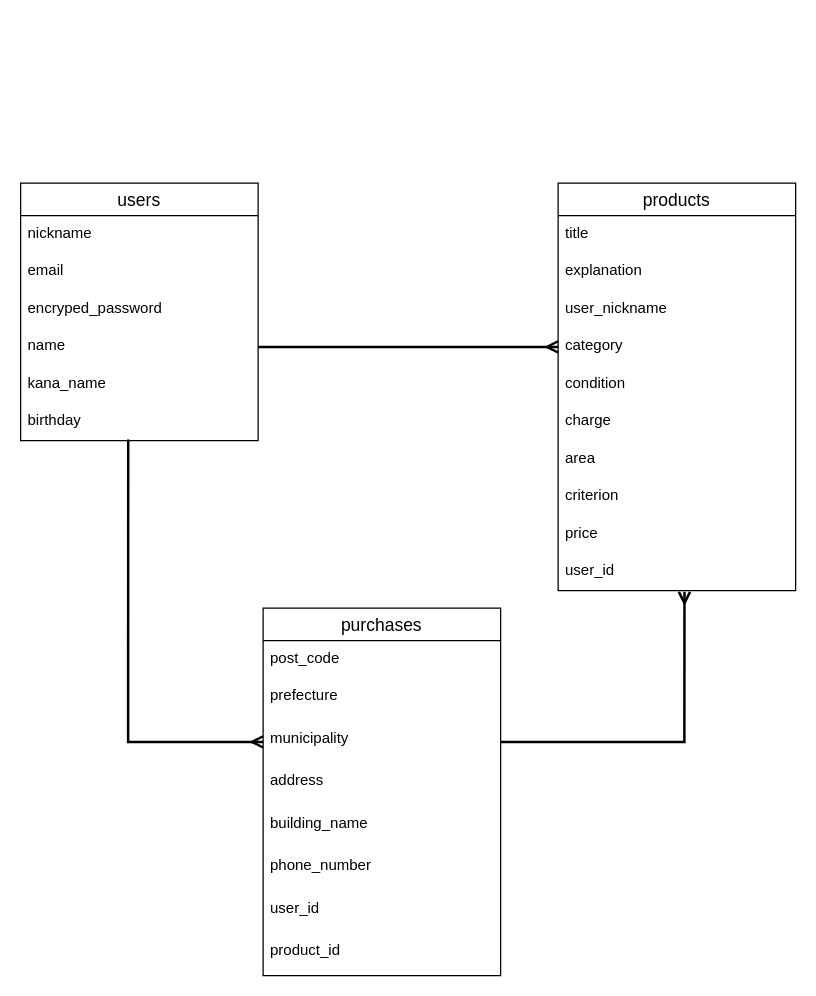
siranuino/furima-38106 keeps this draw.io diagram as ER.dio. Above is the earlier version. Source tidied: cells renumbered, new cells numbered last; positions are measured from the earlier drawing's top-left corner, leaving out a move shared by most shapes. Both pictures are drawn from the tidied source at 125%, with x=0, y=0 at pixel (20, 182).
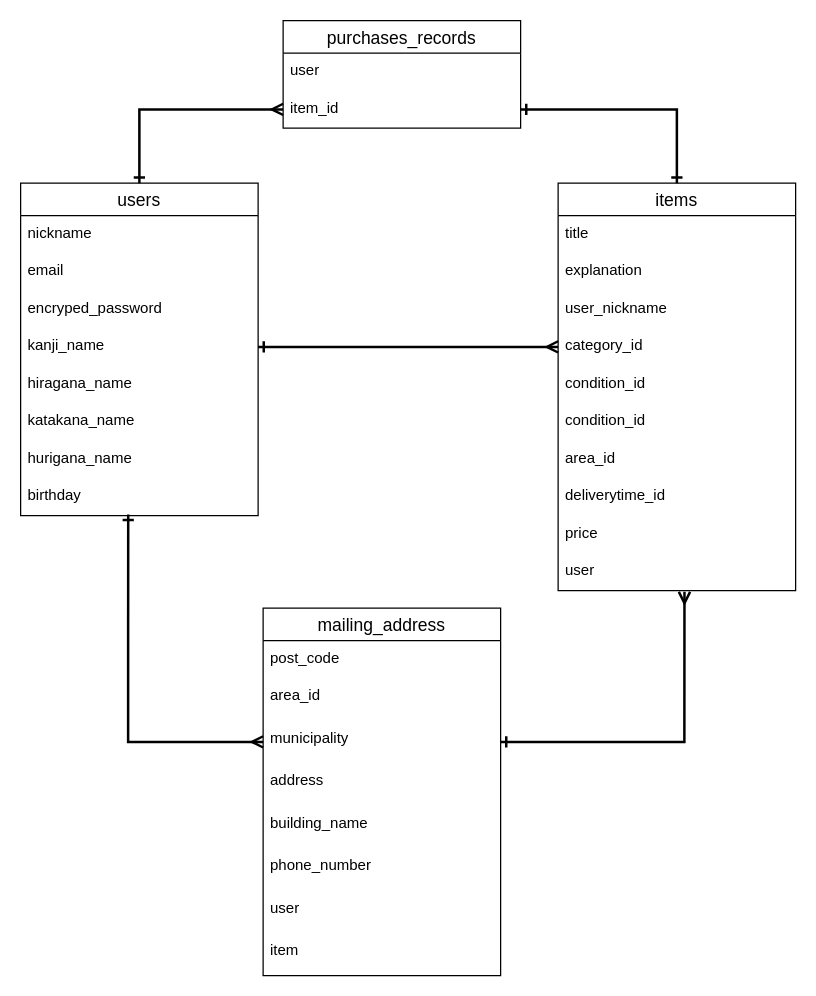
The same diagram, later.

Unchanged cells that the change refers to:
```xml
<mxCell id="16" value="municipality" style="text;strokeColor=none;fillColor=none;spacingLeft=4;spacingRight=4;overflow=hidden;points=[[0,0.5],[1,0.5]];portConstraint=eastwest;fontSize=12;" parent="13" vertex="1">
  <mxGeometry y="90" width="190" height="34" as="geometry" />
</mxCell>
```

Diff of the diagram source:
```diff
@@
-    <mxCell id="2" value="products" style="swimlane;fontStyle=0;horizontal=1;startSize=26;align=center;fontSize=14;" parent="1" vertex="1">
+    <mxCell id="2" value="items" style="swimlane;fontStyle=0;horizontal=1;startSize=26;align=center;fontSize=14;" parent="1" vertex="1">
       <mxGeometry x="430" width="190" height="326" as="geometry" />
     </mxCell>
@@
-    <mxCell id="6" value="category" style="text;strokeColor=none;fillColor=none;spacingLeft=4;spacingRight=4;overflow=hidden;points=[[0,0.5],[1,0.5]];portConstraint=eastwest;fontSize=12;" parent="2" vertex="1">
+    <mxCell id="6" value="category_id" style="text;strokeColor=none;fillColor=none;spacingLeft=4;spacingRight=4;overflow=hidden;points=[[0,0.5],[1,0.5]];portConstraint=eastwest;fontSize=12;" parent="2" vertex="1">
       <mxGeometry y="116" width="190" height="30" as="geometry" />
     </mxCell>
-    <mxCell id="7" value="condition" style="text;strokeColor=none;fillColor=none;spacingLeft=4;spacingRight=4;overflow=hidden;fontSize=12;" parent="2" vertex="1">
+    <mxCell id="7" value="condition_id" style="text;strokeColor=none;fillColor=none;spacingLeft=4;spacingRight=4;overflow=hidden;fontSize=12;" parent="2" vertex="1">
       <mxGeometry y="146" width="190" height="30" as="geometry" />
     </mxCell>
-    <mxCell id="8" value="charge" style="text;strokeColor=none;fillColor=none;spacingLeft=4;spacingRight=4;overflow=hidden;fontSize=12;" parent="2" vertex="1">
+    <mxCell id="8" value="condition_id" style="text;strokeColor=none;fillColor=none;spacingLeft=4;spacingRight=4;overflow=hidden;fontSize=12;" parent="2" vertex="1">
       <mxGeometry y="176" width="190" height="30" as="geometry" />
     </mxCell>
-    <mxCell id="9" value="area" style="text;strokeColor=none;fillColor=none;spacingLeft=4;spacingRight=4;overflow=hidden;fontSize=12;" parent="2" vertex="1">
+    <mxCell id="9" value="area_id" style="text;strokeColor=none;fillColor=none;spacingLeft=4;spacingRight=4;overflow=hidden;fontSize=12;" parent="2" vertex="1">
       <mxGeometry y="206" width="190" height="30" as="geometry" />
     </mxCell>
-    <mxCell id="10" value="criterion" style="text;strokeColor=none;fillColor=none;spacingLeft=4;spacingRight=4;overflow=hidden;fontSize=12;" parent="2" vertex="1">
+    <mxCell id="10" value="deliverytime_id" style="text;strokeColor=none;fillColor=none;spacingLeft=4;spacingRight=4;overflow=hidden;fontSize=12;" parent="2" vertex="1">
       <mxGeometry y="236" width="190" height="30" as="geometry" />
     </mxCell>
@@
-    <mxCell id="12" value="user_id" style="text;strokeColor=none;fillColor=none;spacingLeft=4;spacingRight=4;overflow=hidden;points=[[0,0.5],[1,0.5]];portConstraint=eastwest;fontSize=12;" parent="2" vertex="1">
+    <mxCell id="12" value="user" style="text;strokeColor=none;fillColor=none;spacingLeft=4;spacingRight=4;overflow=hidden;points=[[0,0.5],[1,0.5]];portConstraint=eastwest;fontSize=12;" parent="2" vertex="1">
       <mxGeometry y="296" width="190" height="30" as="geometry" />
     </mxCell>
-    <mxCell id="13" value="purchases" style="swimlane;fontStyle=0;horizontal=1;startSize=26;align=center;fontSize=14;direction=east;" parent="1" vertex="1">
+    <mxCell id="13" value="mailing_address" style="swimlane;fontStyle=0;horizontal=1;startSize=26;align=center;fontSize=14;direction=east;" parent="1" vertex="1">
       <mxGeometry x="194" y="340" width="190" height="294" as="geometry" />
     </mxCell>
@@
-    <mxCell id="15" value="prefecture" style="text;strokeColor=none;fillColor=none;spacingLeft=4;spacingRight=4;overflow=hidden;fontSize=12;" parent="13" vertex="1">
+    <mxCell id="15" value="area_id" style="text;strokeColor=none;fillColor=none;spacingLeft=4;spacingRight=4;overflow=hidden;fontSize=12;" parent="13" vertex="1">
       <mxGeometry y="56" width="190" height="34" as="geometry" />
     </mxCell>
@@
-    <mxCell id="20" value="user_id" style="text;strokeColor=none;fillColor=none;spacingLeft=4;spacingRight=4;overflow=hidden;fontSize=12;" parent="13" vertex="1">
+    <mxCell id="20" value="user" style="text;strokeColor=none;fillColor=none;spacingLeft=4;spacingRight=4;overflow=hidden;fontSize=12;" parent="13" vertex="1">
       <mxGeometry y="226" width="190" height="34" as="geometry" />
     </mxCell>
-    <mxCell id="21" value="product_id" style="text;strokeColor=none;fillColor=none;spacingLeft=4;spacingRight=4;overflow=hidden;fontSize=12;" parent="13" vertex="1">
+    <mxCell id="21" value="item" style="text;strokeColor=none;fillColor=none;spacingLeft=4;spacingRight=4;overflow=hidden;fontSize=12;" parent="13" vertex="1">
       <mxGeometry y="260" width="190" height="34" as="geometry" />
     </mxCell>
-    <mxCell id="22" style="edgeStyle=none;html=1;strokeColor=default;startArrow=none;startFill=0;endArrow=ERmany;endFill=0;entryX=0;entryY=0.5;entryDx=0;entryDy=0;exitX=1;exitY=0.5;exitDx=0;exitDy=0;strokeWidth=2;" parent="1" edge="1" source="27" target="6">
+    <mxCell id="22" style="edgeStyle=none;html=1;strokeColor=default;startArrow=ERone;startFill=0;endArrow=ERmany;endFill=0;entryX=0;entryY=0.5;entryDx=0;entryDy=0;exitX=1;exitY=0.5;exitDx=0;exitDy=0;strokeWidth=2;" parent="1" edge="1" source="27" target="6">
       <mxGeometry relative="1" as="geometry" />
     </mxCell>
     <mxCell id="23" value="users" style="swimlane;fontStyle=0;horizontal=1;startSize=26;align=center;fontSize=14;" parent="1" vertex="1">
-      <mxGeometry width="190" height="206" as="geometry" />
+      <mxGeometry width="190" height="266" as="geometry" />
     </mxCell>
@@
-    <mxCell id="27" value="name" style="text;strokeColor=none;fillColor=none;spacingLeft=4;spacingRight=4;overflow=hidden;points=[[0,0.5],[1,0.5]];portConstraint=eastwest;fontSize=12;" parent="23" vertex="1">
+    <mxCell id="27" value="kanji_name" style="text;strokeColor=none;fillColor=none;spacingLeft=4;spacingRight=4;overflow=hidden;points=[[0,0.5],[1,0.5]];portConstraint=eastwest;fontSize=12;" parent="23" vertex="1">
       <mxGeometry y="116" width="190" height="30" as="geometry" />
     </mxCell>
-    <mxCell id="28" value="kana_name" style="text;strokeColor=none;fillColor=none;spacingLeft=4;spacingRight=4;overflow=hidden;fontSize=12;" parent="23" vertex="1">
+    <mxCell id="28" value="hiragana_name" style="text;strokeColor=none;fillColor=none;spacingLeft=4;spacingRight=4;overflow=hidden;fontSize=12;" parent="23" vertex="1">
       <mxGeometry y="146" width="190" height="30" as="geometry" />
     </mxCell>
+    <mxCell id="32" value="katakana_name" style="text;strokeColor=none;fillColor=none;spacingLeft=4;spacingRight=4;overflow=hidden;fontSize=12;" parent="23" vertex="1">
+      <mxGeometry y="176" width="190" height="30" as="geometry" />
+    </mxCell>
+    <mxCell id="33" value="hurigana_name" style="text;strokeColor=none;fillColor=none;spacingLeft=4;spacingRight=4;overflow=hidden;fontSize=12;" parent="23" vertex="1">
+      <mxGeometry y="206" width="190" height="30" as="geometry" />
+    </mxCell>
     <mxCell id="29" value="birthday" style="text;strokeColor=none;fillColor=none;spacingLeft=4;spacingRight=4;overflow=hidden;points=[[0,0.5],[1,0.5]];portConstraint=eastwest;fontSize=12;" parent="23" vertex="1">
-      <mxGeometry y="176" width="190" height="30" as="geometry" />
+      <mxGeometry y="236" width="190" height="30" as="geometry" />
     </mxCell>
-    <mxCell id="30" style="edgeStyle=none;html=1;exitX=0;exitY=0.5;exitDx=0;exitDy=0;entryX=0.453;entryY=0.967;entryDx=0;entryDy=0;entryPerimeter=0;startArrow=ERmany;startFill=0;endArrow=none;endFill=0;strokeColor=default;rounded=0;strokeWidth=2;" parent="1" edge="1" source="16" target="29">
+    <mxCell id="30" style="edgeStyle=none;html=1;exitX=0;exitY=0.5;exitDx=0;exitDy=0;entryX=0.453;entryY=0.967;entryDx=0;entryDy=0;entryPerimeter=0;startArrow=ERmany;startFill=0;endArrow=ERone;endFill=0;strokeColor=default;rounded=0;strokeWidth=2;" parent="1" edge="1" source="16" target="29">
       <mxGeometry relative="1" as="geometry">
         <Array as="points">
           <mxPoint x="86" y="447" />
           <mxPoint x="86" y="370" />
         </Array>
       </mxGeometry>
     </mxCell>
-    <mxCell id="31" style="edgeStyle=none;html=1;exitX=0.532;exitY=1.033;exitDx=0;exitDy=0;entryX=1;entryY=0.5;entryDx=0;entryDy=0;startArrow=ERmany;startFill=0;endArrow=none;endFill=0;strokeColor=default;rounded=0;strokeWidth=2;exitPerimeter=0;" parent="1" edge="1" source="12" target="16">
+    <mxCell id="31" style="edgeStyle=none;html=1;exitX=0.532;exitY=1.033;exitDx=0;exitDy=0;entryX=1;entryY=0.5;entryDx=0;entryDy=0;startArrow=ERmany;startFill=0;endArrow=ERone;endFill=0;strokeColor=default;rounded=0;strokeWidth=2;exitPerimeter=0;" parent="1" edge="1" source="12" target="16">
       <mxGeometry relative="1" as="geometry">
         <Array as="points">
           <mxPoint x="531" y="447" />
         </Array>
       </mxGeometry>
     </mxCell>
+    <mxCell id="34" value="purchases_records" style="swimlane;fontStyle=0;horizontal=1;startSize=26;align=center;fontSize=14;" parent="1" vertex="1">
+      <mxGeometry x="210" y="-130" width="190" height="86" as="geometry" />
+    </mxCell>
+    <mxCell id="35" value="user" style="text;strokeColor=none;fillColor=none;spacingLeft=4;spacingRight=4;overflow=hidden;fontSize=12;" parent="34" vertex="1">
+      <mxGeometry y="26" width="190" height="30" as="geometry" />
+    </mxCell>
+    <mxCell id="36" value="item_id" style="text;strokeColor=none;fillColor=none;spacingLeft=4;spacingRight=4;overflow=hidden;points=[[0,0.5],[1,0.5]];portConstraint=eastwest;fontSize=12;" parent="34" vertex="1">
+      <mxGeometry y="56" width="190" height="30" as="geometry" />
+    </mxCell>
+    <mxCell id="37" style="edgeStyle=none;rounded=0;html=1;exitX=0;exitY=0.5;exitDx=0;exitDy=0;entryX=0.5;entryY=0;entryDx=0;entryDy=0;startArrow=ERmany;startFill=0;endArrow=ERone;endFill=0;strokeColor=default;strokeWidth=2;" parent="1" edge="1" source="36" target="23">
+      <mxGeometry relative="1" as="geometry">
+        <Array as="points">
+          <mxPoint x="95" y="-59" />
+        </Array>
+      </mxGeometry>
+    </mxCell>
+    <mxCell id="38" style="edgeStyle=none;rounded=0;html=1;exitX=1;exitY=0.5;exitDx=0;exitDy=0;entryX=0.5;entryY=0;entryDx=0;entryDy=0;startArrow=ERone;startFill=0;endArrow=ERone;endFill=0;strokeColor=default;strokeWidth=2;" parent="1" edge="1" source="36" target="2">
+      <mxGeometry relative="1" as="geometry">
+        <Array as="points">
+          <mxPoint x="525" y="-59" />
+        </Array>
+      </mxGeometry>
+    </mxCell>
```
